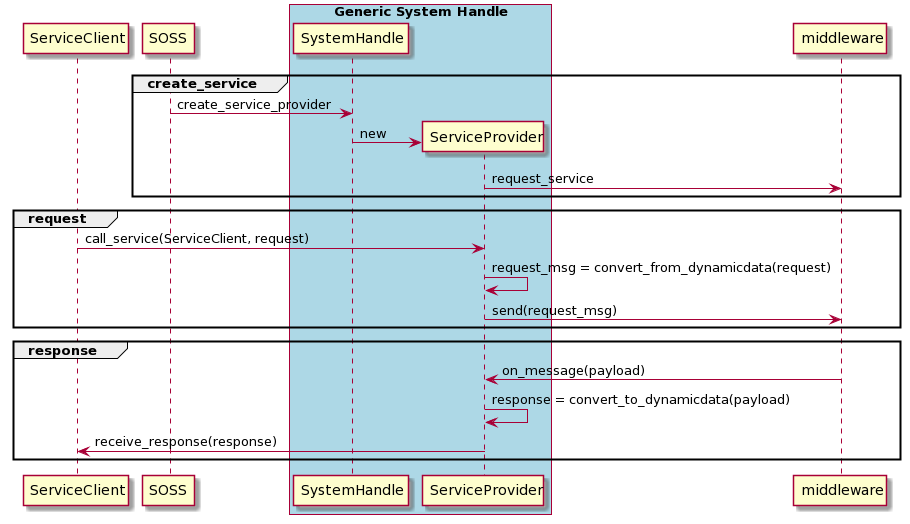
Above: docs/images/service_provider.png in eProsima/Integration-Service-docs (PlantUML), before the change.
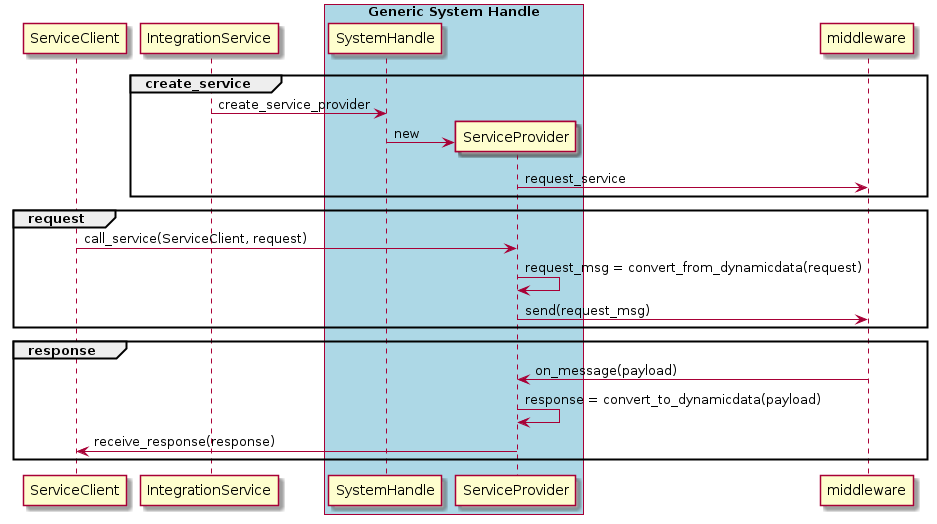
After the commit.

The edit, as a diff of the source:
```diff
@@ -1,9 +1,11 @@
 @startuml
+
+
 participant ServiceClient
 
 
 group #transparent create_service
-        SOSS -> "SystemHandle" as SH : create_service_provider
+        IntegrationService -> "SystemHandle" as SH : create_service_provider
         create ServiceProvider
         SH -> ServiceProvider : new
         ServiceProvider -> middleware : request_service
@@ -31,4 +33,6 @@
 
 
 participant middleware
+
+
 @enduml
```
